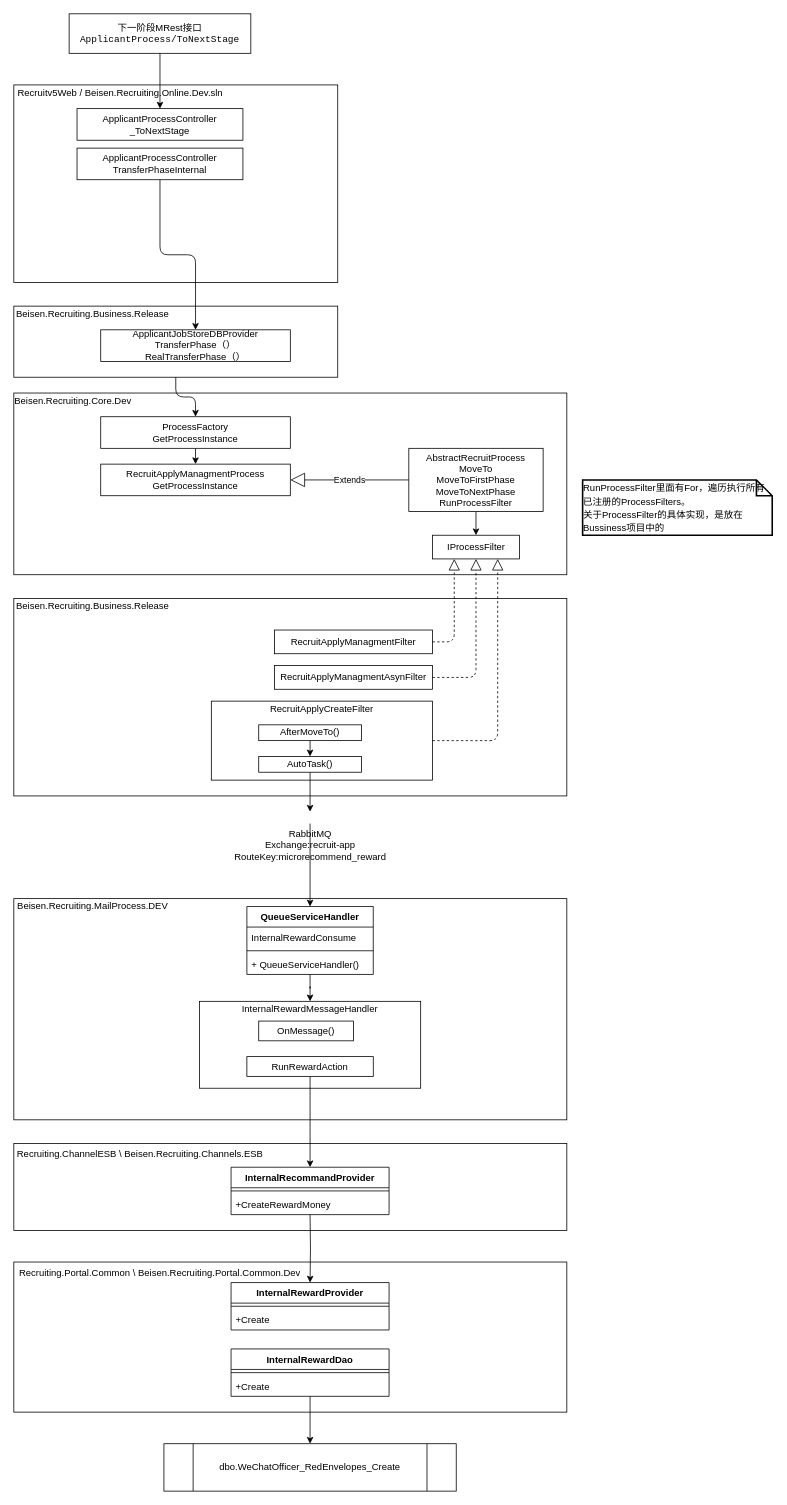
Above: 转移阶段->奖励计算.drawio in Lucas20029/MyDiagrams (draw.io), before the change. Source tidied: cells renumbered, new cells numbered last; positions are measured from the earlier drawing's top-left corner, leaving out a move shared by most shapes. Both pictures are drawn from the tidied source at 79%, with x=0, y=0 at pixel (13, 13).
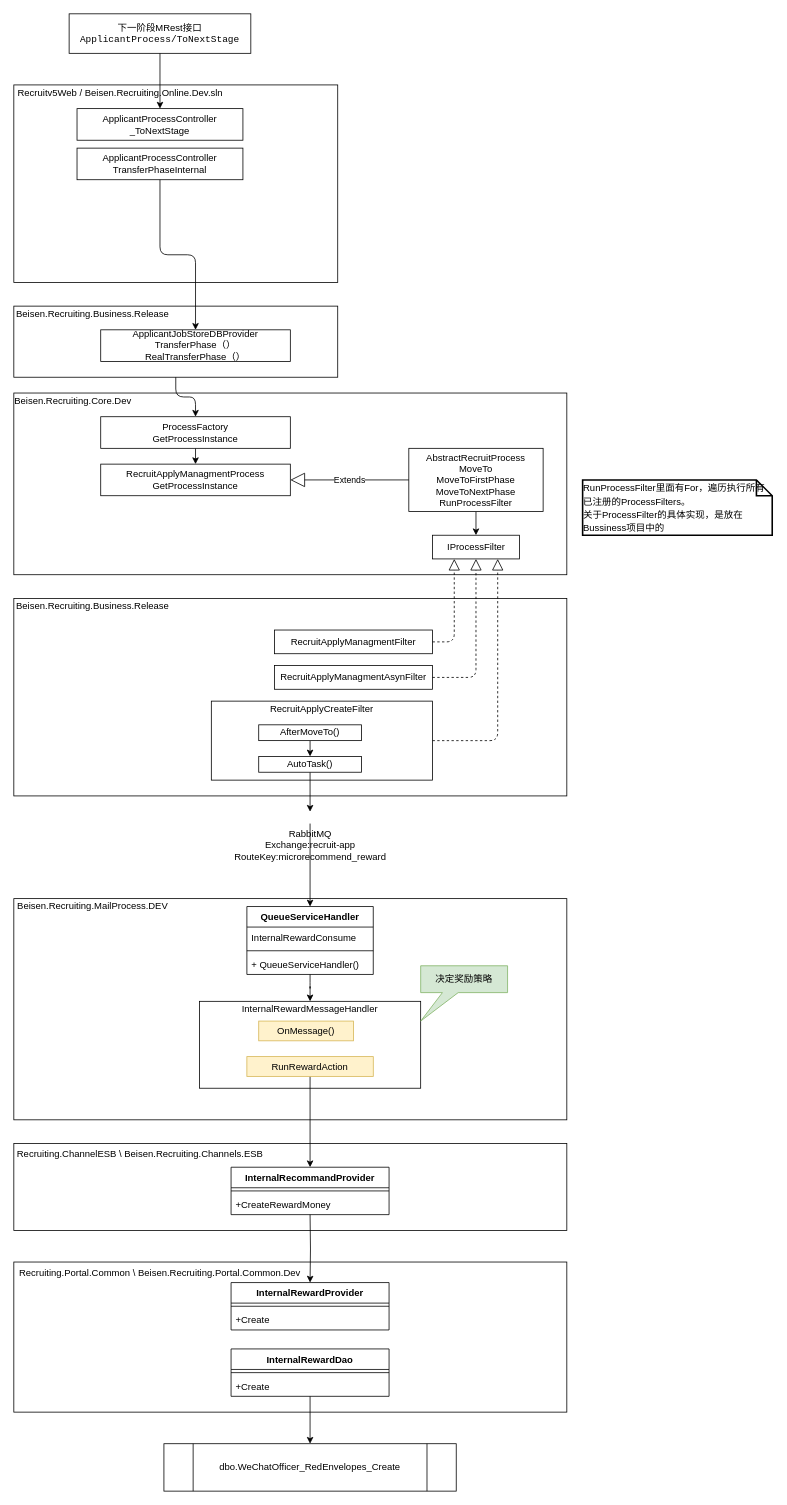
The same page after the edit.

Commit message:
Update 转移阶段->奖励计算.drawio

The edit, as a diff of the source:
```diff
@@
-    <mxCell id="47" value="OnMessage()" style="whiteSpace=wrap;html=1;" parent="1" vertex="1">
+    <mxCell id="47" value="OnMessage()" style="whiteSpace=wrap;html=1;fillColor=#fff2cc;strokeColor=#d6b656;" parent="1" vertex="1">
       <mxGeometry x="310" y="1275" width="120" height="25" as="geometry" />
     </mxCell>
@@
-    <mxCell id="49" value="RunRewardAction" style="whiteSpace=wrap;html=1;" parent="1" vertex="1">
+    <mxCell id="49" value="RunRewardAction" style="whiteSpace=wrap;html=1;fillColor=#fff2cc;strokeColor=#d6b656;" parent="1" vertex="1">
       <mxGeometry x="295" y="1320" width="160" height="25" as="geometry" />
     </mxCell>
@@
+    <mxCell id="66" value="决定奖励策略" style="shape=callout;whiteSpace=wrap;html=1;perimeter=calloutPerimeter;size=36;position=0.25;position2=0;fillColor=#d5e8d4;strokeColor=#82b366;" parent="1" vertex="1">
+      <mxGeometry x="515" y="1205" width="110" height="70" as="geometry" />
+    </mxCell>
```
